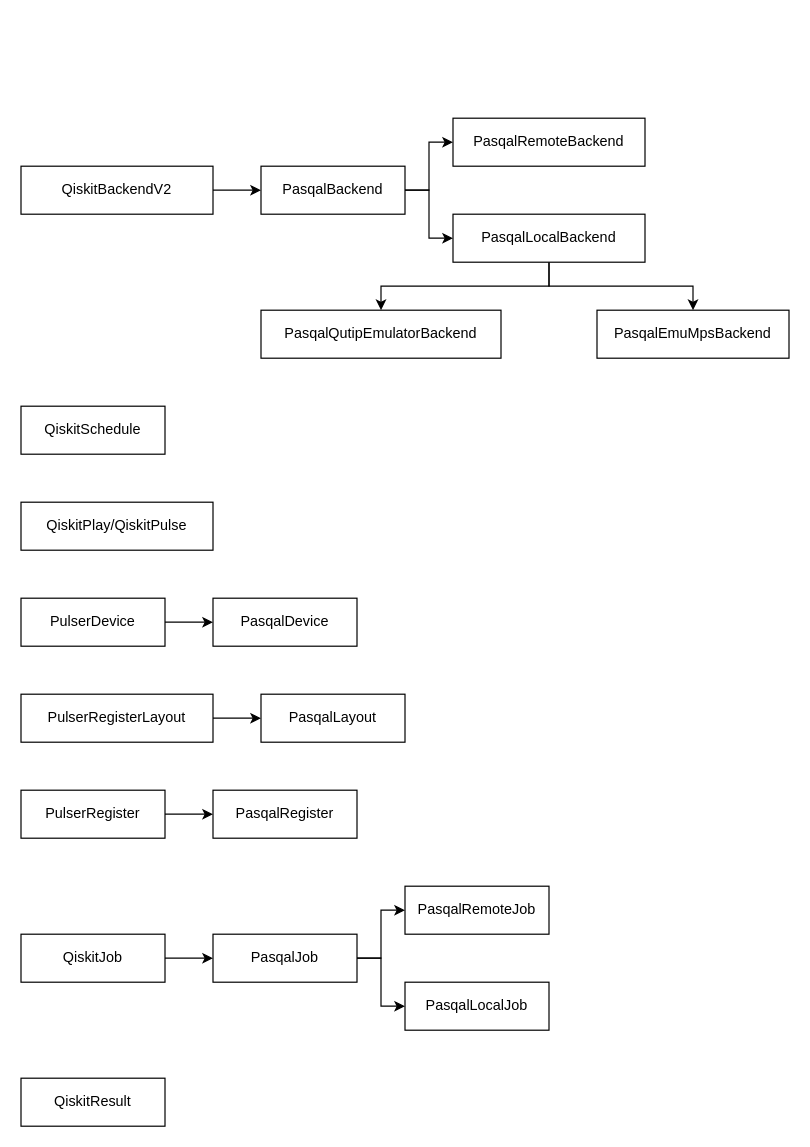
This is page "inheritance/classes" (1 of 3) of technical_diagrams/qiskit-pasqal-provider_diagrams.drawio from qiskit-community/qiskit-pasqal-provider, a draw.io file, before an edit. Source tidied: cells renumbered, new cells numbered last; positions are measured from the earlier drawing's top-left corner, leaving out a move shared by most shapes. Both pictures are drawn from the tidied source at 120%, with x=0, y=0 at pixel (20, 118).
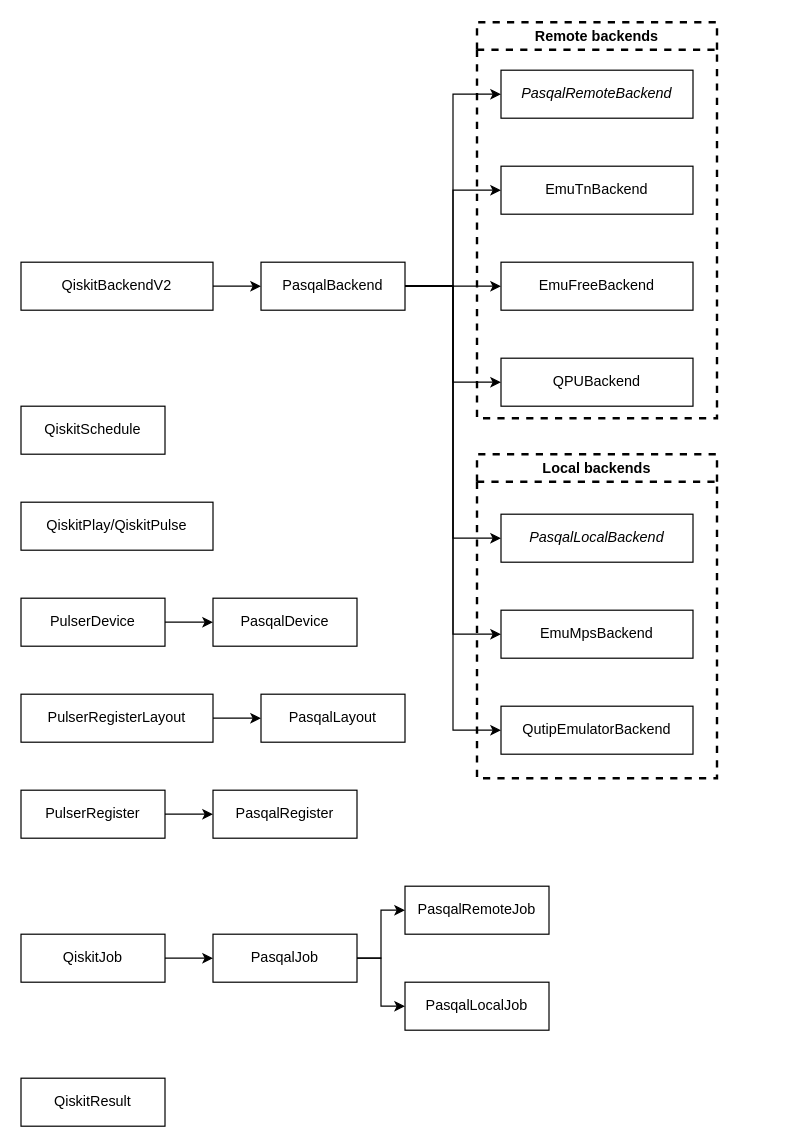
Above is the later version.

What changed in the source:
```diff
@@
     <mxCell id="3" value="QiskitBackendV2" style="rounded=0;whiteSpace=wrap;html=1;" parent="1" vertex="1">
-      <mxGeometry y="40" width="160" height="40" as="geometry" />
+      <mxGeometry y="120" width="160" height="40" as="geometry" />
     </mxCell>
@@
+    <mxCell id="32" style="edgeStyle=orthogonalEdgeStyle;rounded=0;jettySize=auto;html=1;entryX=0;entryY=0.5;entryDx=0;entryDy=0;" parent="1" edge="1" source="6" target="38">
+      <mxGeometry relative="1" as="geometry" />
+    </mxCell>
+    <mxCell id="33" style="edgeStyle=orthogonalEdgeStyle;rounded=0;jettySize=auto;html=1;entryX=0;entryY=0.5;entryDx=0;entryDy=0;" parent="1" edge="1" source="6" target="39">
+      <mxGeometry relative="1" as="geometry" />
+    </mxCell>
+    <mxCell id="34" style="edgeStyle=orthogonalEdgeStyle;rounded=0;jettySize=auto;html=1;entryX=0;entryY=0.5;entryDx=0;entryDy=0;" parent="1" edge="1" source="6" target="40">
+      <mxGeometry relative="1" as="geometry" />
+    </mxCell>
+    <mxCell id="35" style="edgeStyle=orthogonalEdgeStyle;rounded=0;jettySize=auto;html=1;exitX=1;exitY=0.5;exitDx=0;exitDy=0;entryX=0;entryY=0.5;entryDx=0;entryDy=0;" parent="1" edge="1" source="6" target="12">
+      <mxGeometry relative="1" as="geometry" />
+    </mxCell>
+    <mxCell id="36" style="edgeStyle=orthogonalEdgeStyle;rounded=0;jettySize=auto;html=1;entryX=0;entryY=0.5;entryDx=0;entryDy=0;" parent="1" edge="1" source="6" target="11">
+      <mxGeometry relative="1" as="geometry" />
+    </mxCell>
     <mxCell id="6" value="PasqalBackend" style="whiteSpace=wrap;html=1;" parent="1" vertex="1">
-      <mxGeometry x="200" y="40" width="120" height="40" as="geometry" />
+      <mxGeometry x="200" y="120" width="120" height="40" as="geometry" />
     </mxCell>
-    <mxCell id="7" value="PasqalRemoteBackend" style="whiteSpace=wrap;html=1;" parent="1" vertex="1">
-      <mxGeometry x="360" width="160" height="40" as="geometry" />
-    </mxCell>
-    <mxCell id="8" style="edgeStyle=orthogonalEdgeStyle;rounded=0;jettySize=auto;html=1;entryX=0.5;entryY=0;entryDx=0;entryDy=0;" parent="1" edge="1" source="10" target="11">
-      <mxGeometry relative="1" as="geometry" />
-    </mxCell>
-    <mxCell id="9" style="edgeStyle=orthogonalEdgeStyle;rounded=0;jettySize=auto;html=1;entryX=0.5;entryY=0;entryDx=0;entryDy=0;" parent="1" edge="1" source="10" target="12">
-      <mxGeometry relative="1" as="geometry" />
-    </mxCell>
-    <mxCell id="10" value="PasqalLocalBackend" style="whiteSpace=wrap;html=1;" parent="1" vertex="1">
-      <mxGeometry x="360" y="80" width="160" height="40" as="geometry" />
-    </mxCell>
-    <mxCell id="11" value="PasqalQutipEmulatorBackend" style="whiteSpace=wrap;html=1;" parent="1" vertex="1">
-      <mxGeometry x="200" y="160" width="200" height="40" as="geometry" />
-    </mxCell>
-    <mxCell id="12" value="PasqalEmuMpsBackend" style="whiteSpace=wrap;html=1;" parent="1" vertex="1">
-      <mxGeometry x="480" y="160" width="160" height="40" as="geometry" />
-    </mxCell>
@@
+    <mxCell id="37" value="Remote backends" style="swimlane;whiteSpace=wrap;html=1;dashed=1;strokeWidth=2;" parent="1" vertex="1">
+      <mxGeometry x="380" y="-80" width="200" height="330" as="geometry" />
+    </mxCell>
+    <mxCell id="7" value="&lt;i&gt;PasqalRemoteBackend&lt;/i&gt;" style="whiteSpace=wrap;html=1;" parent="37" vertex="1">
+      <mxGeometry x="20" y="40" width="160" height="40" as="geometry" />
+    </mxCell>
+    <mxCell id="38" value="EmuTnBackend" style="whiteSpace=wrap;html=1;" parent="37" vertex="1">
+      <mxGeometry x="20" y="120" width="160" height="40" as="geometry" />
+    </mxCell>
+    <mxCell id="39" value="EmuFreeBackend" style="whiteSpace=wrap;html=1;" parent="37" vertex="1">
+      <mxGeometry x="20" y="200" width="160" height="40" as="geometry" />
+    </mxCell>
+    <mxCell id="40" value="QPUBackend" style="whiteSpace=wrap;html=1;" parent="37" vertex="1">
+      <mxGeometry x="20" y="280" width="160" height="40" as="geometry" />
+    </mxCell>
+    <mxCell id="41" value="Local backends" style="swimlane;whiteSpace=wrap;html=1;fillColor=none;dashed=1;strokeWidth=2;" parent="1" vertex="1">
+      <mxGeometry x="380" y="280" width="200" height="270" as="geometry" />
+    </mxCell>
+    <mxCell id="10" value="&lt;i&gt;PasqalLocalBackend&lt;/i&gt;" style="whiteSpace=wrap;html=1;" parent="41" vertex="1">
+      <mxGeometry x="20" y="50" width="160" height="40" as="geometry" />
+    </mxCell>
+    <mxCell id="11" value="QutipEmulatorBackend" style="whiteSpace=wrap;html=1;" parent="41" vertex="1">
+      <mxGeometry x="20" y="210" width="160" height="40" as="geometry" />
+    </mxCell>
+    <mxCell id="12" value="EmuMpsBackend" style="whiteSpace=wrap;html=1;" parent="41" vertex="1">
+      <mxGeometry x="20" y="130" width="160" height="40" as="geometry" />
+    </mxCell>
```
